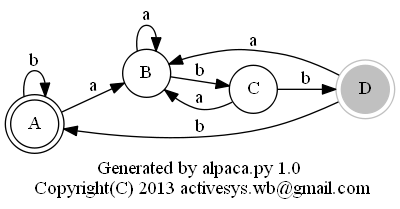
activesys/alpaca-llama keeps this Graphviz diagram as doc/sample.png. Above is the earlier version. Its source is kept beside it as doc/sample.gv. The source it was exported from:
```dot
digraph sample {
    graph [rankdir = LR, label = "Generated by alpaca.py 1.0\n Copyright(C) 2013 activesys.wb@gmail.com"];
    node [shape = circle];
    A [shape = doublecircle];
    D [shape = doublecircle, style = filled, color = gray];
    A -> A [label = "b"];
    A -> B [label = "a"];
    B -> B [label = "a"];
    B -> C [label = "b"];
    C -> B [label = "a"];
    C -> D [label = "b"];
    D -> B [label = "a"];
    D -> A [label = "b"];
}
```
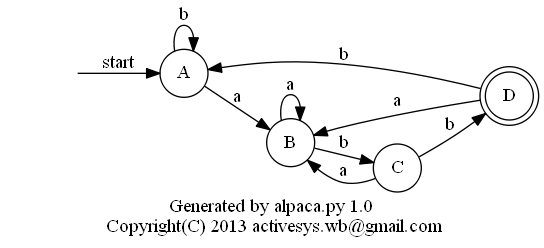
Above is the later version.

Change to the diagram source:
```diff
@@ -1,8 +1,9 @@
 digraph sample {
     graph [rankdir = LR, label = "Generated by alpaca.py 1.0\n Copyright(C) 2013 activesys.wb@gmail.com"];
     node [shape = circle];
-    A [shape = doublecircle];
-    D [shape = doublecircle, style = filled, color = gray];
+    start [shape = plaintext, label = ""];
+    D [shape = doublecircle];
+    start -> A [label = "start"];
     A -> A [label = "b"];
     A -> B [label = "a"];
     B -> B [label = "a"];
```
